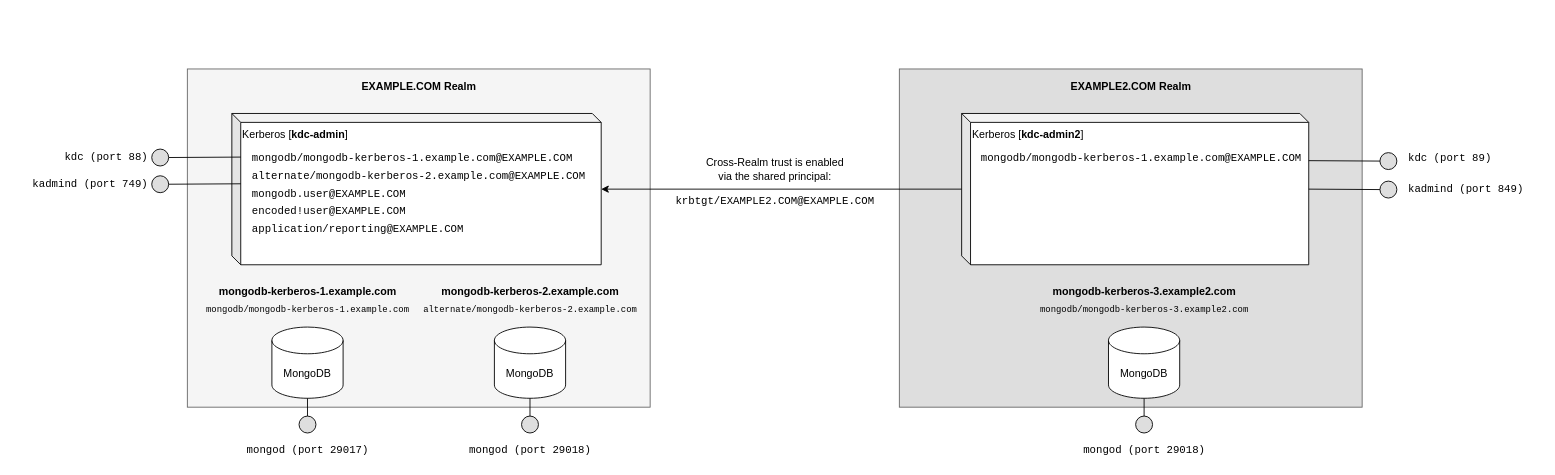
Earlier version of the draw.io diagram kerberos/overview.drawio (mongodb-js/devtools-docker-test-envs). Source tidied: cells renumbered, new cells numbered last; positions are measured from the earlier drawing's top-left corner, leaving out a move shared by most shapes. Both pictures are drawn from the tidied source at 89%, with x=0, y=0 at pixel (15, 69).
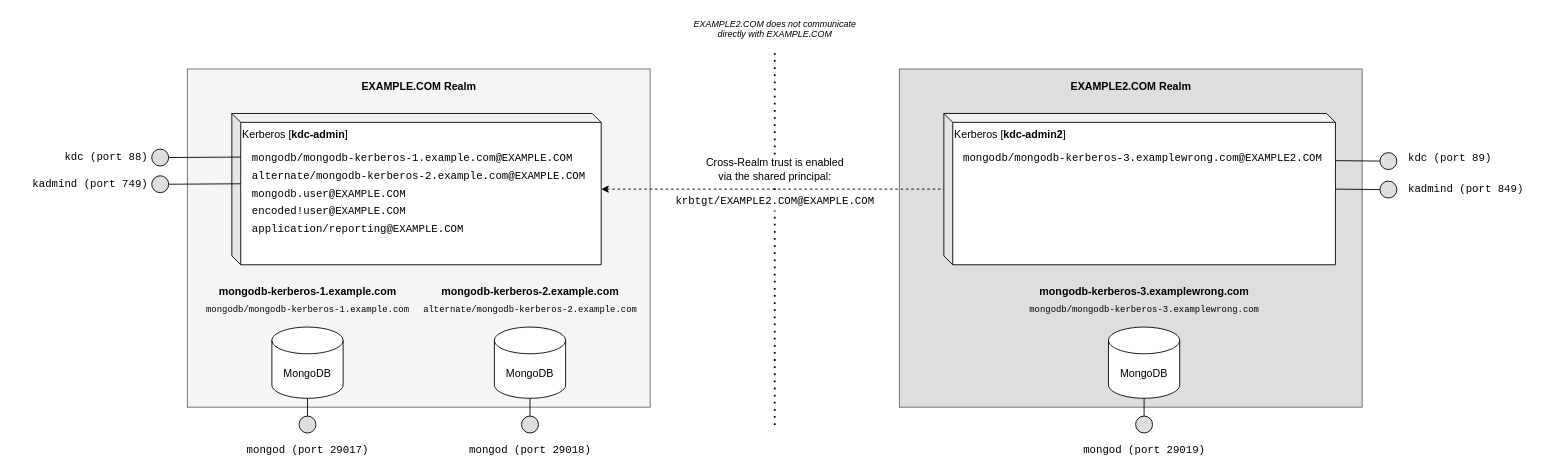
After the change.

Commit message (it also covers changes not shown here):
add cross-realm setup for Kerberos MONGOSH-844

The change refers to these unchanged cells:
```xml
<mxCell id="6" value="Kerberos [&lt;b&gt;kdc-admin&lt;/b&gt;]" style="shape=cube;whiteSpace=wrap;html=1;boundedLbl=1;backgroundOutline=1;darkOpacity=0.05;darkOpacity2=0.1;align=left;size=10;verticalAlign=top;" parent="1" vertex="1">
  <mxGeometry x="243" y="50" width="415" height="170" as="geometry" />
</mxCell>
<mxCell id="34" style="group;" parent="1" vertex="1">
  <mxGeometry x="1553" y="126" width="60" height="19" as="geometry" />
</mxCell>
<mxCell id="36" style="ellipse;whiteSpace=wrap;html=1;fontFamily=Courier New;fillColor=#DEDEDE;align=left;" parent="1" vertex="1">
  <mxGeometry x="1533" y="126" width="19" height="19" as="geometry" />
</mxCell>
<mxCell id="38" style="group;" parent="1" vertex="1">
  <mxGeometry x="1553" y="94" width="120" height="19" as="geometry" />
</mxCell>
<mxCell id="41" style="ellipse;whiteSpace=wrap;html=1;fontFamily=Courier New;fillColor=#DEDEDE;align=left;" parent="1" vertex="1">
  <mxGeometry x="1533" y="94" width="19" height="19" as="geometry" />
</mxCell>
```

Diff of the diagram source:
```diff
@@
+    <mxCell id="57" style="endArrow=none;dashed=1;html=1;dashPattern=1 3;strokeWidth=2;" parent="1" edge="1">
+      <mxGeometry relative="1" as="geometry">
+        <mxPoint x="853" y="400" as="sourcePoint" />
+        <mxPoint x="853" y="-20" as="targetPoint" />
+      </mxGeometry>
+    </mxCell>
@@
     <mxCell id="7" value="Kerberos [&lt;b&gt;kdc-admin2&lt;/b&gt;]" style="shape=cube;whiteSpace=wrap;html=1;boundedLbl=1;backgroundOutline=1;darkOpacity=0.05;darkOpacity2=0.1;align=left;size=10;verticalAlign=top;" parent="1" vertex="1">
-      <mxGeometry x="1063" y="50" width="390" height="170" as="geometry" />
+      <mxGeometry x="1043" y="50" width="440" height="170" as="geometry" />
     </mxCell>
-    <mxCell id="8" value="krbtgt/EXAMPLE2.COM@EXAMPLE.COM" style="text;html=1;align=center;verticalAlign=middle;strokeColor=none;fontStyle=0;fontFamily=Courier New;" parent="1" vertex="1">
+    <mxCell id="8" value="krbtgt/EXAMPLE2.COM@EXAMPLE.COM" style="text;html=1;align=center;verticalAlign=middle;fontStyle=0;fontFamily=Courier New;fillColor=#ffffff;" parent="1" vertex="1">
       <mxGeometry x="733" y="139" width="240" height="20" as="geometry" />
     </mxCell>
-    <mxCell id="9" style="endArrow=none;startArrow=classic;html=1;endFill=0;" parent="1" edge="1" source="6" target="7">
+    <mxCell id="9" style="endArrow=none;startArrow=classic;html=1;endFill=0;dashed=1;" parent="1" edge="1" source="6" target="7">
       <mxGeometry relative="1" as="geometry" />
     </mxCell>
-    <mxCell id="10" value="Cross-Realm trust is enabled&lt;br&gt;via the shared principal:" style="text;html=1;align=center;verticalAlign=middle;strokeColor=none;" parent="1" vertex="1">
+    <mxCell id="10" value="Cross-Realm trust is enabled&lt;br&gt;via the shared principal:" style="text;html=1;align=center;verticalAlign=middle;fillColor=#ffffff;" parent="1" vertex="1">
       <mxGeometry x="768" y="98" width="170" height="30" as="geometry" />
     </mxCell>
@@
-    <mxCell id="16" value="mongodb/mongodb-kerberos-1.example.com@EXAMPLE.COM" style="text;html=1;align=left;verticalAlign=middle;strokeColor=none;fontStyle=0;fontFamily=Courier New;" parent="1" vertex="1">
-      <mxGeometry x="1083" y="91" width="380" height="20" as="geometry" />
+    <mxCell id="16" value="mongodb/mongodb-kerberos-3.examplewrong.com@EXAMPLE2.COM" style="text;html=1;align=left;verticalAlign=middle;strokeColor=none;fontStyle=0;fontFamily=Courier New;" parent="1" vertex="1">
+      <mxGeometry x="1063" y="91" width="420" height="20" as="geometry" />
     </mxCell>
@@
     <mxCell id="35" style="rounded=0;jettySize=auto;html=1;fontFamily=Courier New;endArrow=none;endFill=0;" parent="34" edge="1" source="36">
       <mxGeometry relative="1" as="geometry">
-        <mxPoint x="-100" y="9" as="targetPoint" />
+        <mxPoint x="-70" y="9" as="targetPoint" />
       </mxGeometry>
     </mxCell>
@@
     <mxCell id="39" style="rounded=0;jettySize=auto;html=1;fontFamily=Courier New;endArrow=none;endFill=0;" parent="38" edge="1" source="41">
       <mxGeometry relative="1" as="geometry">
-        <mxPoint x="-100" y="9" as="targetPoint" />
+        <mxPoint x="-70" y="9" as="targetPoint" />
       </mxGeometry>
     </mxCell>
@@
-    <mxCell id="52" value="mongod (port 29018)" style="text;html=1;align=center;verticalAlign=middle;strokeColor=none;fontFamily=Courier New;" parent="1" vertex="1">
+    <mxCell id="52" value="mongod (port 29019)" style="text;html=1;align=center;verticalAlign=middle;strokeColor=none;fontFamily=Courier New;" parent="1" vertex="1">
       <mxGeometry x="1193" y="419" width="150" height="20" as="geometry" />
     </mxCell>
     <mxCell id="53" style="group;" parent="1" vertex="1">
-      <mxGeometry x="1143" y="240" width="250" height="130" as="geometry" />
+      <mxGeometry x="1143" y="240" width="260" height="130" as="geometry" />
     </mxCell>
-    <mxCell id="54" value="&lt;font style=&quot;font-weight: normal ; font-size: 10px&quot;&gt;mongodb/mongodb-kerberos-3.example2.com&lt;/font&gt;" style="text;html=1;align=center;verticalAlign=middle;strokeColor=none;fontFamily=Courier New;fontStyle=1;" parent="53" vertex="1">
-      <mxGeometry y="20" width="250" height="20" as="geometry" />
+    <mxCell id="54" value="&lt;font style=&quot;font-weight: normal ; font-size: 10px&quot;&gt;mongodb/mongodb-kerberos-3.examplewrong.com&lt;/font&gt;" style="text;html=1;align=center;verticalAlign=middle;strokeColor=none;fontFamily=Courier New;fontStyle=1;" parent="53" vertex="1">
+      <mxGeometry x="-10" y="20" width="270" height="20" as="geometry" />
     </mxCell>
@@
-    <mxCell id="56" value="&lt;font face=&quot;Helvetica&quot;&gt;mongodb-kerberos-3.example2.com&lt;/font&gt;" style="text;html=1;align=center;verticalAlign=middle;strokeColor=none;fontFamily=Courier New;fontStyle=1;" parent="53" vertex="1">
-      <mxGeometry x="15" width="220" height="20" as="geometry" />
+    <mxCell id="56" value="&lt;font face=&quot;Helvetica&quot;&gt;mongodb-kerberos-3.examplewrong.com&lt;/font&gt;" style="text;html=1;align=center;verticalAlign=middle;strokeColor=none;fontFamily=Courier New;fontStyle=1;" parent="53" vertex="1">
+      <mxGeometry width="250" height="20" as="geometry" />
     </mxCell>
+    <mxCell id="58" value="EXAMPLE2.COM does not communicate&lt;br style=&quot;font-size: 10px;&quot;&gt;directly with EXAMPLE.COM" style="text;html=1;align=center;verticalAlign=middle;fillColor=#ffffff;fontStyle=2;fontSize=10;" parent="1" vertex="1">
+      <mxGeometry x="753" y="-60" width="200" height="30" as="geometry" />
+    </mxCell>
```
